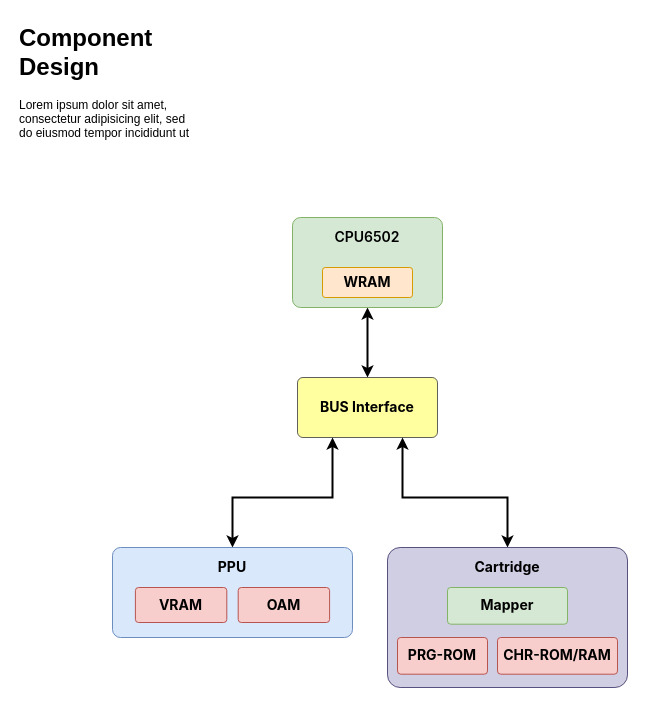
Earlier version of the draw.io diagram page "Component Design" (2 of 2) of diagrams/raw/NES architecture.drawio (sorre97/NES_Emulator_CPP). Source tidied: cells renumbered, new cells numbered last; positions are measured from the earlier drawing's top-left corner, leaving out a move shared by most shapes. Both pictures are drawn from the tidied source at 100%, with x=0, y=0 at pixel (17, 17).
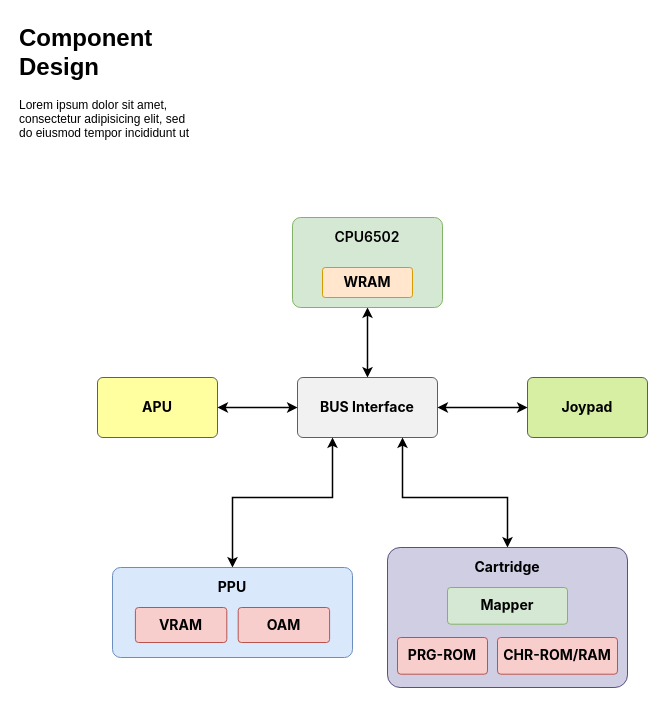
Above is the later version.

Unchanged cells that the change refers to:
```xml
<mxCell id="8" value="&lt;div style=&quot;text-align: start;&quot;&gt;&lt;span style=&quot;background-color: initial; font-size: 14px;&quot;&gt;&lt;font face=&quot;Inter, Helvetica, sans-serif&quot;&gt;&lt;b&gt;PPU&lt;/b&gt;&lt;/font&gt;&lt;/span&gt;&lt;/div&gt;" style="rounded=1;whiteSpace=wrap;html=1;arcSize=9;fillColor=#dae8fc;strokeColor=#6c8ebf;labelBackgroundColor=none;verticalAlign=top;spacingTop=5;" parent="7" vertex="1">
  <mxGeometry width="240" height="90" as="geometry" />
</mxCell>
<mxCell id="12" value="&lt;div style=&quot;text-align: start;&quot;&gt;&lt;b style=&quot;font-family: Inter, Helvetica, sans-serif; font-size: 14px;&quot;&gt;Cartridge&lt;/b&gt;&lt;br&gt;&lt;/div&gt;" style="rounded=1;whiteSpace=wrap;html=1;arcSize=9;fillColor=#d0cee2;strokeColor=#56517e;labelBackgroundColor=none;verticalAlign=top;spacingTop=5;" parent="11" vertex="1">
  <mxGeometry width="240" height="140" as="geometry" />
</mxCell>
<mxCell id="17" value="&lt;span style=&quot;box-sizing: inherit; font-weight: 600; font-family: Inter, Helvetica, sans-serif; font-size: 14px; text-align: start;&quot;&gt;CPU&lt;/span&gt;&lt;span style=&quot;font-family: Inter, Helvetica, sans-serif; font-size: 14px; font-weight: 600; text-align: start; background-color: initial;&quot;&gt;6502&lt;/span&gt;" style="rounded=1;whiteSpace=wrap;html=1;arcSize=9;fillColor=#d5e8d4;strokeColor=#82b366;labelBackgroundColor=none;verticalAlign=top;spacingTop=5;" parent="16" vertex="1">
  <mxGeometry width="150" height="90" as="geometry" />
</mxCell>
```

Change to the diagram source:
```diff
@@
-    <mxCell id="3" style="edgeStyle=orthogonalEdgeStyle;rounded=0;jettySize=auto;html=1;exitX=0.5;exitY=1;exitDx=0;exitDy=0;entryX=0.5;entryY=0;entryDx=0;entryDy=0;startArrow=classic;startFill=1;strokeWidth=2;" parent="1" edge="1" source="17" target="4">
+    <mxCell id="3" style="edgeStyle=orthogonalEdgeStyle;rounded=0;jettySize=auto;html=1;exitX=0.5;exitY=1;exitDx=0;exitDy=0;entryX=0.5;entryY=0;entryDx=0;entryDy=0;startArrow=classic;startFill=1;strokeWidth=1.5;" parent="1" edge="1" source="17" target="4">
       <mxGeometry relative="1" as="geometry" />
     </mxCell>
-    <mxCell id="4" value="&lt;div style=&quot;text-align: start;&quot;&gt;&lt;span style=&quot;background-color: initial; font-size: 14px;&quot;&gt;&lt;font face=&quot;Inter, Helvetica, sans-serif&quot;&gt;&lt;b&gt;BUS Interface&lt;/b&gt;&lt;/font&gt;&lt;/span&gt;&lt;/div&gt;" style="rounded=1;whiteSpace=wrap;html=1;arcSize=9;fillColor=#ffff88;strokeColor=#36393d;labelBackgroundColor=none;opacity=80;" parent="1" vertex="1">
+    <mxCell id="4" value="&lt;div style=&quot;text-align: start;&quot;&gt;&lt;span style=&quot;background-color: initial; font-size: 14px;&quot;&gt;&lt;font face=&quot;Inter, Helvetica, sans-serif&quot;&gt;&lt;b&gt;BUS Interface&lt;/b&gt;&lt;/font&gt;&lt;/span&gt;&lt;/div&gt;" style="rounded=1;whiteSpace=wrap;html=1;arcSize=9;fillColor=#eeeeee;strokeColor=#36393d;labelBackgroundColor=none;opacity=80;" parent="1" vertex="1">
       <mxGeometry x="280" y="360" width="140" height="60" as="geometry" />
     </mxCell>
-    <mxCell id="5" style="edgeStyle=orthogonalEdgeStyle;rounded=0;jettySize=auto;html=1;exitX=0.25;exitY=1;exitDx=0;exitDy=0;entryX=0.5;entryY=0;entryDx=0;entryDy=0;startArrow=classic;startFill=1;strokeWidth=2;" parent="1" edge="1" source="4" target="8">
+    <mxCell id="5" style="edgeStyle=orthogonalEdgeStyle;rounded=0;jettySize=auto;html=1;exitX=0.25;exitY=1;exitDx=0;exitDy=0;entryX=0.5;entryY=0;entryDx=0;entryDy=0;startArrow=classic;startFill=1;strokeWidth=1.5;" parent="1" edge="1" source="4" target="8">
       <mxGeometry relative="1" as="geometry">
         <Array as="points">
           <mxPoint x="315" y="480" />
           <mxPoint x="215" y="480" />
         </Array>
       </mxGeometry>
     </mxCell>
-    <mxCell id="6" style="edgeStyle=orthogonalEdgeStyle;rounded=0;jettySize=auto;html=1;exitX=0.75;exitY=1;exitDx=0;exitDy=0;entryX=0.5;entryY=0;entryDx=0;entryDy=0;startArrow=classic;startFill=1;strokeWidth=2;" parent="1" edge="1" source="4" target="12">
+    <mxCell id="6" style="edgeStyle=orthogonalEdgeStyle;rounded=0;jettySize=auto;html=1;exitX=0.75;exitY=1;exitDx=0;exitDy=0;entryX=0.5;entryY=0;entryDx=0;entryDy=0;startArrow=classic;startFill=1;strokeWidth=1.5;" parent="1" edge="1" source="4" target="12">
       <mxGeometry relative="1" as="geometry">
         <Array as="points">
           <mxPoint x="385" y="480" />
           <mxPoint x="490" y="480" />
         </Array>
       </mxGeometry>
     </mxCell>
     <mxCell id="7" style="group;" parent="1" vertex="1">
-      <mxGeometry x="95" y="530" width="240" height="90" as="geometry" />
+      <mxGeometry x="95" y="550" width="240" height="90" as="geometry" />
     </mxCell>
@@
+    <mxCell id="19" value="&lt;div style=&quot;text-align: start;&quot;&gt;&lt;span style=&quot;background-color: initial; font-size: 14px;&quot;&gt;&lt;font face=&quot;Inter, Helvetica, sans-serif&quot;&gt;&lt;b&gt;APU&lt;/b&gt;&lt;/font&gt;&lt;/span&gt;&lt;/div&gt;" style="rounded=1;whiteSpace=wrap;html=1;arcSize=9;fillColor=#ffff88;strokeColor=#36393d;labelBackgroundColor=none;opacity=80;" parent="1" vertex="1">
+      <mxGeometry x="80" y="360" width="120" height="60" as="geometry" />
+    </mxCell>
+    <mxCell id="20" value="&lt;div style=&quot;text-align: start;&quot;&gt;&lt;span style=&quot;background-color: initial; font-size: 14px;&quot;&gt;&lt;font face=&quot;Inter, Helvetica, sans-serif&quot;&gt;&lt;b&gt;Joypad&lt;/b&gt;&lt;/font&gt;&lt;/span&gt;&lt;/div&gt;" style="rounded=1;whiteSpace=wrap;html=1;arcSize=9;fillColor=#cdeb8b;strokeColor=#36393d;labelBackgroundColor=none;opacity=80;" parent="1" vertex="1">
+      <mxGeometry x="510" y="360" width="120" height="60" as="geometry" />
+    </mxCell>
+    <mxCell id="21" style="edgeStyle=orthogonalEdgeStyle;rounded=0;jettySize=auto;html=1;exitX=0;exitY=0.5;exitDx=0;exitDy=0;entryX=1;entryY=0.5;entryDx=0;entryDy=0;startArrow=classic;startFill=1;strokeWidth=1.5;" parent="1" edge="1" source="20" target="4">
+      <mxGeometry relative="1" as="geometry">
+        <Array as="points">
+          <mxPoint x="460" y="390" />
+          <mxPoint x="460" y="390" />
+        </Array>
+      </mxGeometry>
+    </mxCell>
+    <mxCell id="22" style="edgeStyle=orthogonalEdgeStyle;rounded=0;jettySize=auto;html=1;exitX=0;exitY=0.5;exitDx=0;exitDy=0;entryX=1;entryY=0.5;entryDx=0;entryDy=0;startArrow=classic;startFill=1;strokeWidth=1.5;" parent="1" edge="1" source="4" target="19">
+      <mxGeometry relative="1" as="geometry" />
+    </mxCell>
```
